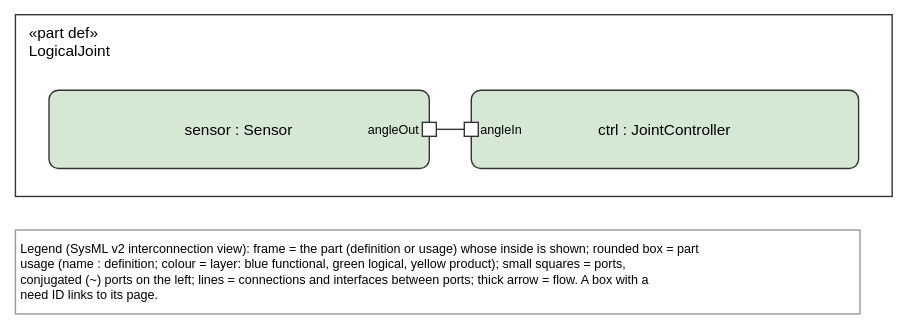
tiacsys/xdmod keeps this draw.io diagram as curatrix/tests/fixtures/sphinxdoc/views/jointView.drawio.svg. Above is the earlier version. Source tidied: cells renumbered, new cells last; positions are measured from the earlier drawing's top-left corner, leaving out a move shared by most shapes.
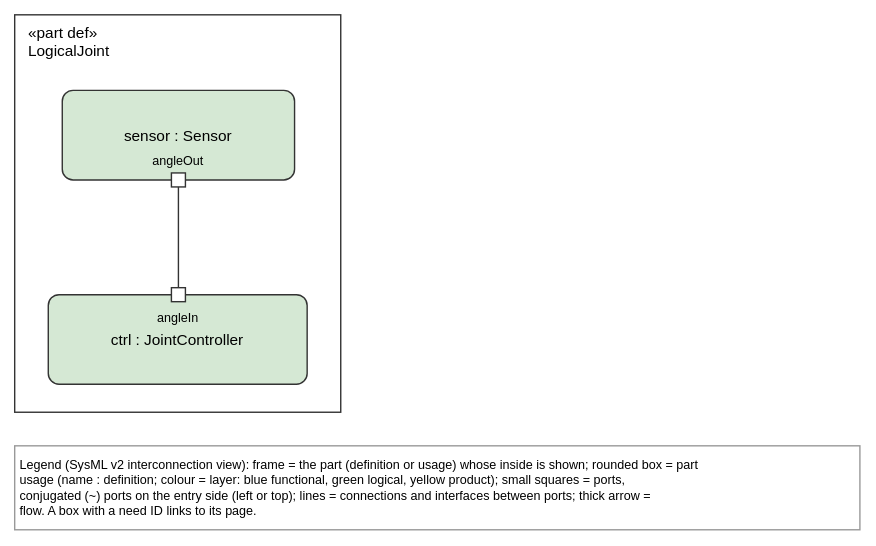
Above is the later version.

What changed in the source:
```diff
@@ -3,22 +3,22 @@
     <mxCell id="0" />
     <mxCell id="1" parent="0" />
     <mxCell id="2" value="«part def»&#10;LogicalJoint" style="html=0;fontFamily=Helvetica;fontSize=11;strokeColor=#333333;rounded=0;verticalAlign=top;align=left;spacingLeft=8;fillColor=none;" parent="1" vertex="1">
-      <mxGeometry width="627" height="130" as="geometry" />
+      <mxGeometry width="233" height="284" as="geometry" />
     </mxCell>
-    <mxCell id="3" value="Legend (SysML v2 interconnection view): frame = the part (definition or usage) whose inside is shown; rounded box = part&#10;usage (name : definition; colour = layer: blue functional, green logical, yellow product); small squares = ports,&#10;conjugated (~) ports on the left; lines = connections and interfaces between ports; thick arrow = flow. A box with a&#10;need ID links to its page." style="text;html=0;align=left;verticalAlign=top;fontFamily=Helvetica;fontSize=9;fillColor=#FFFFFF;strokeColor=#999999;spacing=4;" parent="1" vertex="1">
-      <mxGeometry y="154" width="604" height="60" as="geometry" />
+    <mxCell id="3" value="Legend (SysML v2 interconnection view): frame = the part (definition or usage) whose inside is shown; rounded box = part&#10;usage (name : definition; colour = layer: blue functional, green logical, yellow product); small squares = ports,&#10;conjugated (~) ports on the entry side (left or top); lines = connections and interfaces between ports; thick arrow =&#10;flow. A box with a need ID links to its page." style="text;html=0;align=left;verticalAlign=top;fontFamily=Helvetica;fontSize=9;fillColor=#FFFFFF;strokeColor=#999999;spacing=4;" parent="1" vertex="1">
+      <mxGeometry y="308" width="604" height="60" as="geometry" />
     </mxCell>
     <mxCell id="4" value="ctrl : JointController" style="html=0;fontFamily=Helvetica;fontSize=11;strokeColor=#333333;rounded=1;arcSize=12;fillColor=#FFFFFF;verticalAlign=middle;fillColor=#D5E8D4;" parent="2" vertex="1">
-      <mxGeometry x="326" y="54" width="277" height="56" as="geometry" />
+      <mxGeometry x="24" y="200" width="185" height="64" as="geometry" />
     </mxCell>
     <mxCell id="5" value="sensor : Sensor" style="html=0;fontFamily=Helvetica;fontSize=11;strokeColor=#333333;rounded=1;arcSize=12;fillColor=#FFFFFF;verticalAlign=middle;fillColor=#D5E8D4;" parent="2" vertex="1">
-      <mxGeometry x="24" y="54" width="272" height="56" as="geometry" />
+      <mxGeometry x="34" y="54" width="166" height="64" as="geometry" />
     </mxCell>
-    <mxCell id="6" value="angleIn" style="html=0;fontFamily=Helvetica;fontSize=11;strokeColor=#333333;rounded=0;fillColor=#FFFFFF;fontSize=9;labelPosition=right;align=left;verticalLabelPosition=middle;verticalAlign=middle;" parent="4" vertex="1">
-      <mxGeometry x="-5" y="23" width="10" height="10" as="geometry" />
+    <mxCell id="6" value="angleIn" style="html=0;fontFamily=Helvetica;fontSize=11;strokeColor=#333333;rounded=0;fillColor=#FFFFFF;fontSize=9;labelPosition=center;align=center;verticalLabelPosition=bottom;verticalAlign=top;" parent="4" vertex="1">
+      <mxGeometry x="88" y="-5" width="10" height="10" as="geometry" />
     </mxCell>
-    <mxCell id="7" value="angleOut" style="html=0;fontFamily=Helvetica;fontSize=11;strokeColor=#333333;rounded=0;fillColor=#FFFFFF;fontSize=9;labelPosition=left;align=right;verticalLabelPosition=middle;verticalAlign=middle;" parent="5" vertex="1">
-      <mxGeometry x="267" y="23" width="10" height="10" as="geometry" />
+    <mxCell id="7" value="angleOut" style="html=0;fontFamily=Helvetica;fontSize=11;strokeColor=#333333;rounded=0;fillColor=#FFFFFF;fontSize=9;labelPosition=center;align=center;verticalLabelPosition=top;verticalAlign=bottom;" parent="5" vertex="1">
+      <mxGeometry x="78" y="59" width="10" height="10" as="geometry" />
     </mxCell>
     <mxCell id="8" style="html=0;rounded=0;endSize=10;startSize=14;fontFamily=Helvetica;fontSize=10;labelBackgroundColor=#FFFFFF;strokeColor=#333333;endArrow=none;" parent="1" edge="1" source="7" target="6">
       <mxGeometry relative="1" as="geometry" />
```
